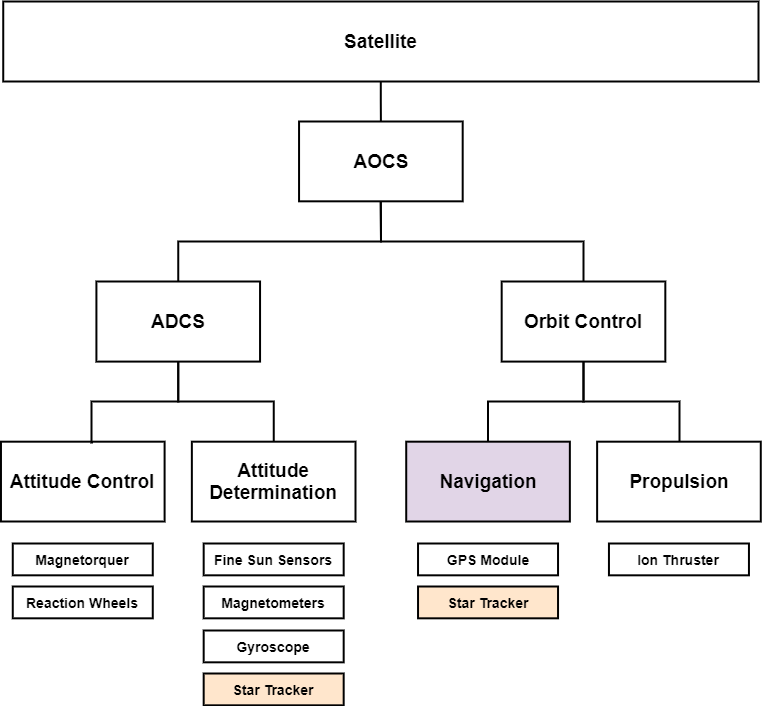
Earlier version of the draw.io export AOCS Hierarchy.png (Axle-Axel/images). Source tidied: cells renumbered, new cells last; positions are measured from the earlier drawing's top-left corner, leaving out a move shared by most shapes.
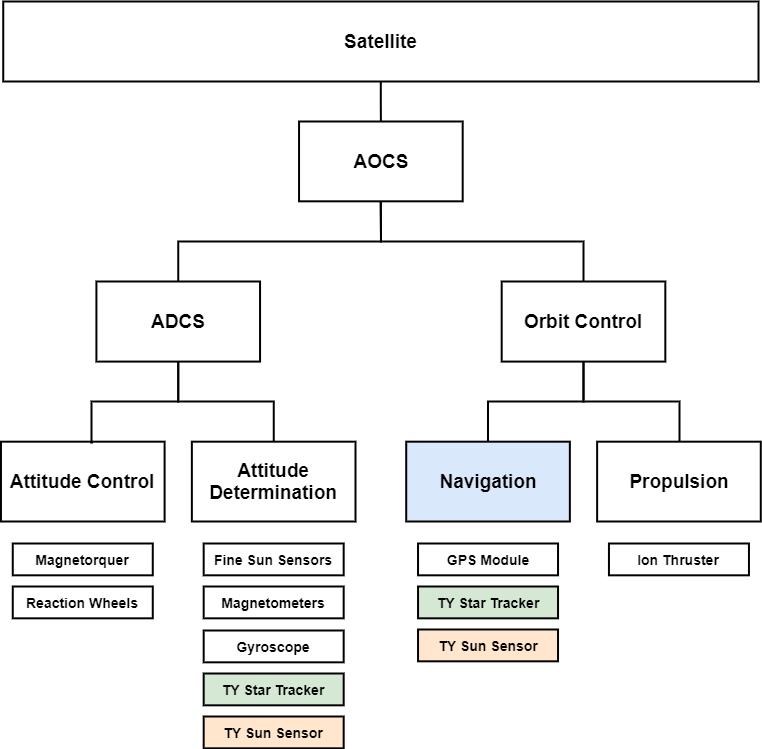
After the commit.

Commit message:
Add TY Sun Sensor

Diff of the diagram source:
```diff
@@ -59,7 +59,7 @@
     <mxCell id="13" value="Propulsion" style="rounded=0;whiteSpace=wrap;html=1;fontStyle=1;fontSize=19;perimeterSpacing=0;strokeWidth=2;" parent="1" vertex="1">
       <mxGeometry x="596.6" y="440.2" width="163.6" height="79.8" as="geometry" />
     </mxCell>
-    <mxCell id="14" value="Navigation" style="rounded=0;whiteSpace=wrap;html=1;glass=0;fillColor=#e1d5e7;fontStyle=1;fontSize=19;perimeterSpacing=0;strokeWidth=2;" parent="1" vertex="1">
+    <mxCell id="14" value="Navigation" style="rounded=0;whiteSpace=wrap;html=1;glass=0;fillColor=#dae8fc;fontStyle=1;fontSize=19;perimeterSpacing=0;strokeWidth=2;" parent="1" vertex="1">
       <mxGeometry x="405.7" y="440.2" width="163.6" height="79.8" as="geometry" />
     </mxCell>
     <mxCell id="15" value="Orbit Control" style="rounded=0;whiteSpace=wrap;html=1;fontStyle=1;fontSize=19;strokeWidth=2;" parent="1" vertex="1">
@@ -80,7 +80,7 @@
     <mxCell id="20" value="Ion Thruster" style="rounded=0;whiteSpace=wrap;html=1;fontStyle=1;fontSize=14;perimeterSpacing=0;strokeWidth=2;" parent="1" vertex="1">
       <mxGeometry x="608.5" y="542" width="140" height="31.8" as="geometry" />
     </mxCell>
-    <mxCell id="21" value="Star Tracker" style="rounded=0;whiteSpace=wrap;html=1;fontStyle=1;fontSize=14;perimeterSpacing=0;strokeWidth=2;fillColor=#ffe6cc;" parent="1" vertex="1">
+    <mxCell id="21" value="TY Star Tracker" style="rounded=0;whiteSpace=wrap;html=1;fontStyle=1;fontSize=14;perimeterSpacing=0;strokeWidth=2;fillColor=#d5e8d4;" parent="1" vertex="1">
       <mxGeometry x="417.5" y="585" width="140" height="31.8" as="geometry" />
     </mxCell>
     <mxCell id="22" value="GPS Module" style="rounded=0;whiteSpace=wrap;html=1;fontStyle=1;fontSize=14;perimeterSpacing=0;strokeWidth=2;" parent="1" vertex="1">
@@ -104,8 +104,14 @@
         </Array>
       </mxGeometry>
     </mxCell>
-    <mxCell id="25" value="Star Tracker" style="rounded=0;whiteSpace=wrap;html=1;fontStyle=1;fontSize=14;perimeterSpacing=0;strokeWidth=2;fillColor=#ffe6cc;" parent="1" vertex="1">
+    <mxCell id="25" value="TY Star Tracker" style="rounded=0;whiteSpace=wrap;html=1;fontStyle=1;fontSize=14;perimeterSpacing=0;strokeWidth=2;fillColor=#d5e8d4;" parent="1" vertex="1">
       <mxGeometry x="203.2" y="672" width="140" height="31.8" as="geometry" />
     </mxCell>
+    <mxCell id="26" value="TY Sun Sensor" style="rounded=0;whiteSpace=wrap;html=1;fontStyle=1;fontSize=14;perimeterSpacing=0;strokeWidth=2;shadow=0;sketch=0;glass=0;comic=0;sketchStyle=rough;zigzagOffset=-1;dashGap=-1;fillColor=#ffe6cc;" parent="1" vertex="1">
+      <mxGeometry x="417.5" y="628" width="140" height="31.8" as="geometry" />
+    </mxCell>
+    <mxCell id="27" value="TY Sun Sensor" style="rounded=0;whiteSpace=wrap;html=1;fontStyle=1;fontSize=14;perimeterSpacing=0;strokeWidth=2;shadow=0;sketch=0;glass=0;comic=0;sketchStyle=rough;zigzagOffset=-1;dashGap=-1;fillColor=#ffe6cc;" parent="1" vertex="1">
+      <mxGeometry x="203.2" y="715" width="140" height="31.8" as="geometry" />
+    </mxCell>
   </root>
 </mxGraphModel>
```
